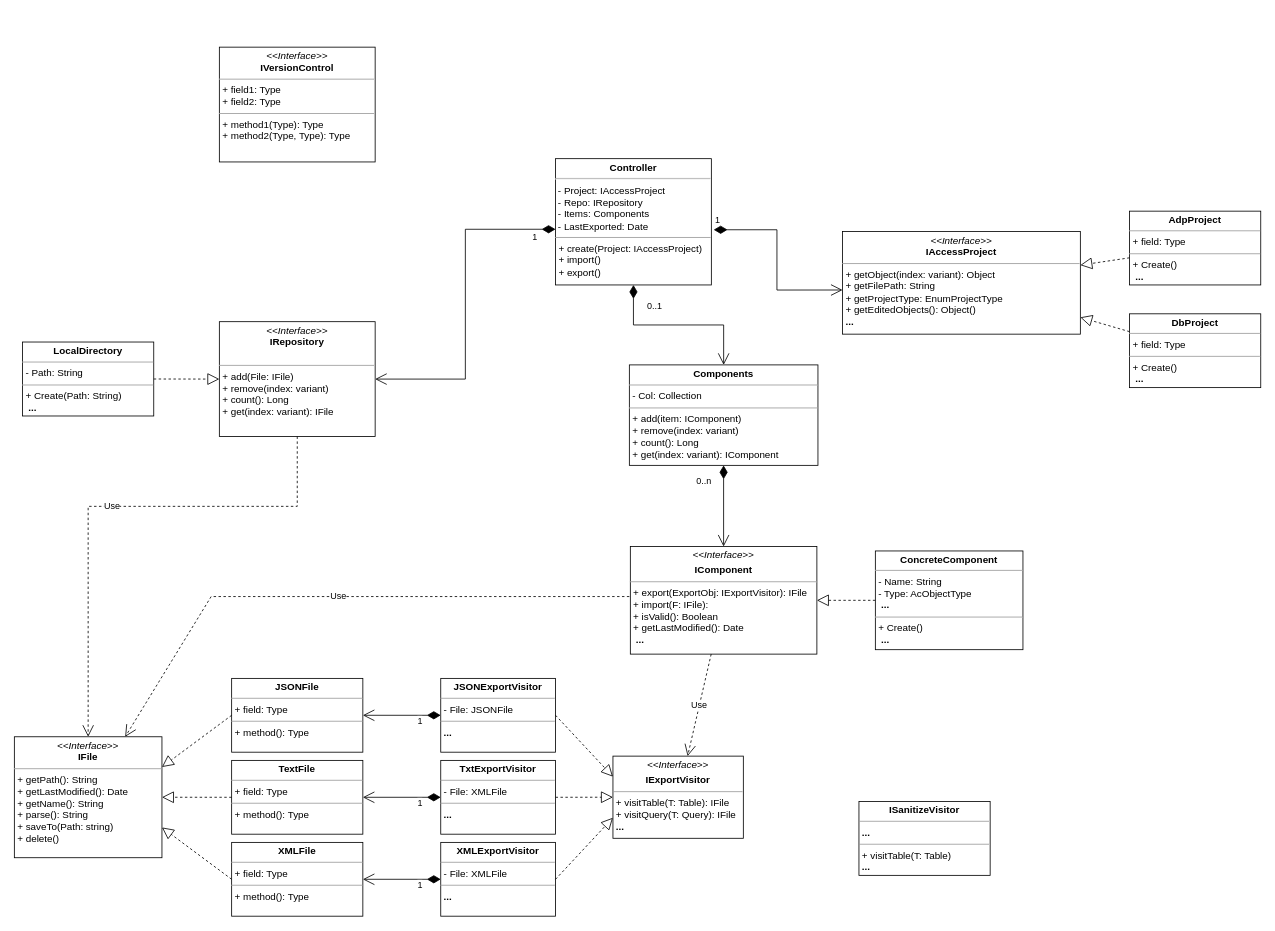
Earlier version of the draw.io diagram Class Diagram.drawio (Whiskeyless/msaccess-vcs-integration). Source tidied: cells renumbered, new cells numbered last; positions are measured from the earlier drawing's top-left corner, leaving out a move shared by most shapes. Both pictures are drawn from the tidied source at 82%, with x=0, y=0 at pixel (14, 47).
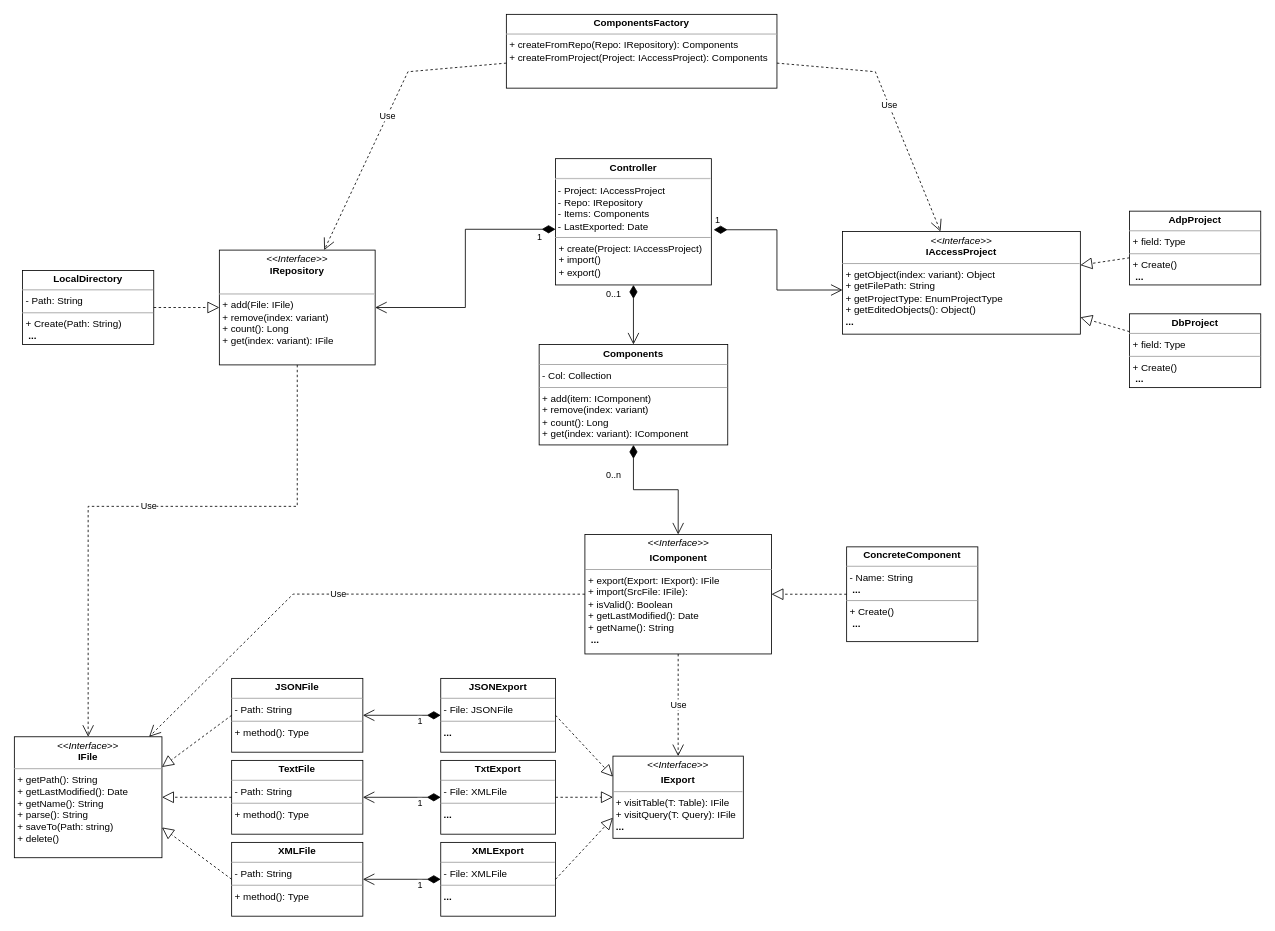
The same diagram, later.

The change refers to these unchanged cells:
```xml
<mxCell id="2" value="&lt;p style=&quot;margin:0px;margin-top:4px;text-align:center;&quot;&gt;&lt;i&gt;&amp;lt;&amp;lt;Interface&amp;gt;&amp;gt;&lt;b&gt;&lt;br&gt;&lt;/b&gt;&lt;/i&gt;&lt;b&gt;IAccessProject&lt;/b&gt;&lt;/p&gt;&lt;hr size=&quot;1&quot;&gt;&lt;p style=&quot;margin:0px;margin-left:4px;&quot;&gt;+ getObject(index: variant): Object&lt;/p&gt;&lt;p style=&quot;margin:0px;margin-left:4px;&quot;&gt;+ getFilePath: String&lt;/p&gt;&lt;p style=&quot;margin:0px;margin-left:4px;&quot;&gt;+ getProjectType: EnumProjectType&lt;/p&gt;&lt;p style=&quot;margin:0px;margin-left:4px;&quot;&gt;+ getEditedObjects(): Object()&lt;/p&gt;&lt;p style=&quot;margin:0px;margin-left:4px;&quot;&gt;&lt;b&gt;...&lt;/b&gt;&lt;/p&gt;" style="verticalAlign=top;align=left;overflow=fill;fontSize=12;fontFamily=Helvetica;html=1;" parent="1" vertex="1">
  <mxGeometry x="1010" y="224.8" width="290" height="125.2" as="geometry" />
</mxCell>
<mxCell id="3" value="&lt;p style=&quot;margin:0px;margin-top:4px;text-align:center;&quot;&gt;&lt;b&gt;Controller&lt;/b&gt;&lt;/p&gt;&lt;hr&gt;&amp;nbsp;- Project: IAccessProject&lt;br&gt;&amp;nbsp;- Repo: IRepository&lt;br&gt;&amp;nbsp;- Items: Components&lt;br&gt;&amp;nbsp;- LastExported: Date&lt;br&gt;&lt;hr size=&quot;1&quot;&gt;&lt;p style=&quot;margin:0px;margin-left:4px;&quot;&gt;+ create(Project: IAccessProject)&lt;/p&gt;&lt;p style=&quot;margin:0px;margin-left:4px;&quot;&gt;+ import()&lt;/p&gt;&lt;p style=&quot;margin:0px;margin-left:4px;&quot;&gt;+ export()&lt;/p&gt;" style="verticalAlign=top;align=left;overflow=fill;fontSize=12;fontFamily=Helvetica;html=1;" parent="1" vertex="1">
  <mxGeometry x="660" y="136" width="190" height="154" as="geometry" />
</mxCell>
<mxCell id="16" value="&lt;p style=&quot;margin:0px;margin-top:4px;text-align:center;&quot;&gt;&lt;i&gt;&amp;lt;&amp;lt;Interface&amp;gt;&amp;gt;&lt;/i&gt;&lt;br&gt;&lt;b&gt;IFile&lt;/b&gt;&lt;/p&gt;&lt;hr size=&quot;1&quot;&gt;&lt;p style=&quot;margin:0px;margin-left:4px;&quot;&gt;+ getPath(): String&lt;/p&gt;&lt;p style=&quot;margin:0px;margin-left:4px;&quot;&gt;+ getLastModified(): Date&lt;/p&gt;&lt;p style=&quot;margin:0px;margin-left:4px;&quot;&gt;+ getName(): String&lt;/p&gt;&lt;p style=&quot;margin:0px;margin-left:4px;&quot;&gt;&lt;span style=&quot;background-color: initial;&quot;&gt;+ parse(): String&lt;/span&gt;&lt;/p&gt;&lt;p style=&quot;margin:0px;margin-left:4px;&quot;&gt;+ saveTo(Path: string)&lt;/p&gt;&lt;p style=&quot;margin:0px;margin-left:4px;&quot;&gt;+ delete()&lt;/p&gt;" style="verticalAlign=top;align=left;overflow=fill;fontSize=12;fontFamily=Helvetica;html=1;" parent="1" vertex="1">
  <mxGeometry y="841" width="180" height="147.5" as="geometry" />
</mxCell>
```

Change to the diagram source:
```diff
@@
-    <mxCell id="7" value="&lt;p style=&quot;margin:0px;margin-top:4px;text-align:center;&quot;&gt;&lt;b&gt;ConcreteComponent&lt;/b&gt;&lt;/p&gt;&lt;hr size=&quot;1&quot;&gt;&lt;p style=&quot;margin:0px;margin-left:4px;&quot;&gt;- Name: String&lt;/p&gt;&lt;p style=&quot;margin:0px;margin-left:4px;&quot;&gt;- Type: AcObjectType&lt;/p&gt;&lt;p style=&quot;margin:0px;margin-left:4px;&quot;&gt;&amp;nbsp;&lt;b&gt;...&lt;/b&gt;&lt;/p&gt;&lt;hr size=&quot;1&quot;&gt;&lt;p style=&quot;margin:0px;margin-left:4px;&quot;&gt;+ Create()&lt;/p&gt;&lt;p style=&quot;margin:0px;margin-left:4px;&quot;&gt;&amp;nbsp;&lt;b&gt;...&lt;/b&gt;&lt;/p&gt;" style="verticalAlign=top;align=left;overflow=fill;fontSize=12;fontFamily=Helvetica;html=1;" parent="1" vertex="1">
-      <mxGeometry x="1050" y="614.4" width="180" height="120.4" as="geometry" />
+    <mxCell id="7" value="&lt;p style=&quot;margin:0px;margin-top:4px;text-align:center;&quot;&gt;&lt;b&gt;ConcreteComponent&lt;/b&gt;&lt;/p&gt;&lt;hr size=&quot;1&quot;&gt;&lt;p style=&quot;margin:0px;margin-left:4px;&quot;&gt;- Name: String&lt;/p&gt;&lt;p style=&quot;margin:0px;margin-left:4px;&quot;&gt;&lt;span style=&quot;background-color: initial;&quot;&gt;&amp;nbsp;&lt;/span&gt;&lt;b style=&quot;background-color: initial;&quot;&gt;...&lt;/b&gt;&lt;br&gt;&lt;/p&gt;&lt;hr size=&quot;1&quot;&gt;&lt;p style=&quot;margin:0px;margin-left:4px;&quot;&gt;+ Create()&lt;/p&gt;&lt;p style=&quot;margin:0px;margin-left:4px;&quot;&gt;&amp;nbsp;&lt;b&gt;...&lt;/b&gt;&lt;/p&gt;" style="verticalAlign=top;align=left;overflow=fill;fontSize=12;fontFamily=Helvetica;html=1;" parent="1" vertex="1">
+      <mxGeometry x="1015" y="609.4" width="160" height="115.6" as="geometry" />
     </mxCell>
-    <mxCell id="8" value="&lt;p style=&quot;margin:0px;margin-top:4px;text-align:center;&quot;&gt;&lt;i&gt;&amp;lt;&amp;lt;Interface&amp;gt;&amp;gt;&lt;/i&gt;&lt;br&gt;&lt;/p&gt;&lt;p style=&quot;margin:0px;margin-top:4px;text-align:center;&quot;&gt;&lt;b&gt;IComponent&lt;/b&gt;&lt;/p&gt;&lt;hr size=&quot;1&quot;&gt;&lt;p style=&quot;margin: 0px 0px 0px 4px;&quot;&gt;+ export(ExportObj: IExportVisitor): IFile&lt;/p&gt;&lt;p style=&quot;margin: 0px 0px 0px 4px;&quot;&gt;+ import(F: IFile):&lt;/p&gt;&lt;p style=&quot;margin: 0px 0px 0px 4px;&quot;&gt;+ isValid(): Boolean&lt;/p&gt;&lt;p style=&quot;margin: 0px 0px 0px 4px;&quot;&gt;+ getLastModified(): Date&lt;/p&gt;&lt;p style=&quot;margin: 0px 0px 0px 4px;&quot;&gt;&lt;b&gt;&amp;nbsp;...&lt;/b&gt;&lt;/p&gt;&lt;p style=&quot;margin:0px;margin-left:4px;&quot;&gt;&lt;br&gt;&lt;/p&gt;" style="verticalAlign=top;align=left;overflow=fill;fontSize=12;fontFamily=Helvetica;html=1;" parent="1" vertex="1">
-      <mxGeometry x="751.2" y="609" width="227.5" height="131.2" as="geometry" />
+    <mxCell id="8" value="&lt;p style=&quot;margin:0px;margin-top:4px;text-align:center;&quot;&gt;&lt;i&gt;&amp;lt;&amp;lt;Interface&amp;gt;&amp;gt;&lt;/i&gt;&lt;br&gt;&lt;/p&gt;&lt;p style=&quot;margin:0px;margin-top:4px;text-align:center;&quot;&gt;&lt;b&gt;IComponent&lt;/b&gt;&lt;/p&gt;&lt;hr size=&quot;1&quot;&gt;&lt;p style=&quot;margin: 0px 0px 0px 4px;&quot;&gt;+ export(Export: IExport): IFile&lt;/p&gt;&lt;p style=&quot;margin: 0px 0px 0px 4px;&quot;&gt;+ import(SrcFile: IFile):&lt;/p&gt;&lt;p style=&quot;margin: 0px 0px 0px 4px;&quot;&gt;+ isValid(): Boolean&lt;/p&gt;&lt;p style=&quot;margin: 0px 0px 0px 4px;&quot;&gt;+ getLastModified(): Date&lt;/p&gt;&lt;p style=&quot;margin: 0px 0px 0px 4px;&quot;&gt;+ getName(): String&lt;/p&gt;&lt;p style=&quot;margin: 0px 0px 0px 4px;&quot;&gt;&lt;b&gt;&amp;nbsp;...&lt;/b&gt;&lt;/p&gt;&lt;p style=&quot;margin:0px;margin-left:4px;&quot;&gt;&lt;br&gt;&lt;/p&gt;" style="verticalAlign=top;align=left;overflow=fill;fontSize=12;fontFamily=Helvetica;html=1;" parent="1" vertex="1">
+      <mxGeometry x="695.8" y="594.3" width="227.5" height="145.7" as="geometry" />
     </mxCell>
@@
-    <mxCell id="10" value="&lt;p style=&quot;margin:0px;margin-top:4px;text-align:center;&quot;&gt;&lt;i&gt;&amp;lt;&amp;lt;Interface&amp;gt;&amp;gt;&lt;/i&gt;&lt;br&gt;&lt;/p&gt;&lt;p style=&quot;margin:0px;margin-top:4px;text-align:center;&quot;&gt;&lt;b&gt;IExportVisitor&lt;/b&gt;&lt;/p&gt;&lt;hr size=&quot;1&quot;&gt;&lt;p style=&quot;margin:0px;margin-left:4px;&quot;&gt;+ visitTable(T: Table): IFile&lt;br&gt;+ visitQuery(T: Query): IFile&lt;/p&gt;&lt;p style=&quot;margin:0px;margin-left:4px;&quot;&gt;&lt;b style=&quot;background-color: initial;&quot;&gt;...&lt;/b&gt;&lt;br&gt;&lt;/p&gt;" style="verticalAlign=top;align=left;overflow=fill;fontSize=12;fontFamily=Helvetica;html=1;" parent="1" vertex="1">
+    <mxCell id="10" value="&lt;p style=&quot;margin:0px;margin-top:4px;text-align:center;&quot;&gt;&lt;i&gt;&amp;lt;&amp;lt;Interface&amp;gt;&amp;gt;&lt;/i&gt;&lt;br&gt;&lt;/p&gt;&lt;p style=&quot;margin:0px;margin-top:4px;text-align:center;&quot;&gt;&lt;b&gt;IExport&lt;/b&gt;&lt;/p&gt;&lt;hr size=&quot;1&quot;&gt;&lt;p style=&quot;margin:0px;margin-left:4px;&quot;&gt;+ visitTable(T: Table): IFile&lt;br&gt;+ visitQuery(T: Query): IFile&lt;/p&gt;&lt;p style=&quot;margin:0px;margin-left:4px;&quot;&gt;&lt;b style=&quot;background-color: initial;&quot;&gt;...&lt;/b&gt;&lt;br&gt;&lt;/p&gt;" style="verticalAlign=top;align=left;overflow=fill;fontSize=12;fontFamily=Helvetica;html=1;" parent="1" vertex="1">
       <mxGeometry x="730" y="864.6" width="159" height="100.2" as="geometry" />
     </mxCell>
-    <mxCell id="11" value="&lt;p style=&quot;margin:0px;margin-top:4px;text-align:center;&quot;&gt;&lt;b&gt;XMLExportVisitor&lt;/b&gt;&lt;/p&gt;&lt;hr size=&quot;1&quot;&gt;&lt;p style=&quot;margin:0px;margin-left:4px;&quot;&gt;- File: XMLFile&lt;/p&gt;&lt;hr size=&quot;1&quot;&gt;&lt;p style=&quot;margin: 0px 0px 0px 4px;&quot;&gt;&lt;b&gt;...&lt;/b&gt;&lt;/p&gt;" style="verticalAlign=top;align=left;overflow=fill;fontSize=12;fontFamily=Helvetica;html=1;" parent="1" vertex="1">
+    <mxCell id="11" value="&lt;p style=&quot;margin:0px;margin-top:4px;text-align:center;&quot;&gt;&lt;b&gt;XMLExport&lt;/b&gt;&lt;/p&gt;&lt;hr size=&quot;1&quot;&gt;&lt;p style=&quot;margin:0px;margin-left:4px;&quot;&gt;- File: XMLFile&lt;/p&gt;&lt;hr size=&quot;1&quot;&gt;&lt;p style=&quot;margin: 0px 0px 0px 4px;&quot;&gt;&lt;b&gt;...&lt;/b&gt;&lt;/p&gt;" style="verticalAlign=top;align=left;overflow=fill;fontSize=12;fontFamily=Helvetica;html=1;" parent="1" vertex="1">
       <mxGeometry x="520" y="969.8" width="140" height="90" as="geometry" />
     </mxCell>
-    <mxCell id="12" value="&lt;p style=&quot;margin:0px;margin-top:4px;text-align:center;&quot;&gt;&lt;b&gt;JSONExportVisitor&lt;/b&gt;&lt;/p&gt;&lt;hr size=&quot;1&quot;&gt;&lt;p style=&quot;margin:0px;margin-left:4px;&quot;&gt;- File: JSONFile&lt;/p&gt;&lt;hr size=&quot;1&quot;&gt;&lt;p style=&quot;margin:0px;margin-left:4px;&quot;&gt;&lt;b style=&quot;background-color: initial;&quot;&gt;...&lt;/b&gt;&lt;br&gt;&lt;/p&gt;" style="verticalAlign=top;align=left;overflow=fill;fontSize=12;fontFamily=Helvetica;html=1;" parent="1" vertex="1">
+    <mxCell id="12" value="&lt;p style=&quot;margin:0px;margin-top:4px;text-align:center;&quot;&gt;&lt;b&gt;JSONExport&lt;/b&gt;&lt;/p&gt;&lt;hr size=&quot;1&quot;&gt;&lt;p style=&quot;margin:0px;margin-left:4px;&quot;&gt;- File: JSONFile&lt;/p&gt;&lt;hr size=&quot;1&quot;&gt;&lt;p style=&quot;margin:0px;margin-left:4px;&quot;&gt;&lt;b style=&quot;background-color: initial;&quot;&gt;...&lt;/b&gt;&lt;br&gt;&lt;/p&gt;" style="verticalAlign=top;align=left;overflow=fill;fontSize=12;fontFamily=Helvetica;html=1;" parent="1" vertex="1">
       <mxGeometry x="520" y="769.8" width="140" height="90" as="geometry" />
     </mxCell>
@@
-    <mxCell id="15" value="&lt;p style=&quot;margin:0px;margin-top:4px;text-align:center;&quot;&gt;&lt;b&gt;ISanitizeVisitor&lt;/b&gt;&lt;/p&gt;&lt;hr size=&quot;1&quot;&gt;&lt;p style=&quot;margin:0px;margin-left:4px;&quot;&gt;&lt;b&gt;...&lt;/b&gt;&lt;/p&gt;&lt;hr size=&quot;1&quot;&gt;&lt;p style=&quot;margin: 0px 0px 0px 4px;&quot;&gt;+ visitTable(T: Table)&lt;/p&gt;&lt;p style=&quot;margin: 0px 0px 0px 4px;&quot;&gt;&lt;b&gt;...&lt;/b&gt;&lt;/p&gt;" style="verticalAlign=top;align=left;overflow=fill;fontSize=12;fontFamily=Helvetica;html=1;" parent="1" vertex="1">
-      <mxGeometry x="1030" y="920" width="160" height="90" as="geometry" />
-    </mxCell>
@@
-    <mxCell id="17" value="&lt;p style=&quot;margin:0px;margin-top:4px;text-align:center;&quot;&gt;&lt;b&gt;JSONFile&lt;/b&gt;&lt;/p&gt;&lt;hr size=&quot;1&quot;&gt;&lt;p style=&quot;margin:0px;margin-left:4px;&quot;&gt;+ field: Type&lt;/p&gt;&lt;hr size=&quot;1&quot;&gt;&lt;p style=&quot;margin:0px;margin-left:4px;&quot;&gt;+ method(): Type&lt;/p&gt;" style="verticalAlign=top;align=left;overflow=fill;fontSize=12;fontFamily=Helvetica;html=1;" parent="1" vertex="1">
+    <mxCell id="17" value="&lt;p style=&quot;margin:0px;margin-top:4px;text-align:center;&quot;&gt;&lt;b&gt;JSONFile&lt;/b&gt;&lt;/p&gt;&lt;hr size=&quot;1&quot;&gt;&lt;p style=&quot;margin:0px;margin-left:4px;&quot;&gt;- Path: String&lt;/p&gt;&lt;hr size=&quot;1&quot;&gt;&lt;p style=&quot;margin:0px;margin-left:4px;&quot;&gt;+ method(): Type&lt;/p&gt;" style="verticalAlign=top;align=left;overflow=fill;fontSize=12;fontFamily=Helvetica;html=1;" parent="1" vertex="1">
       <mxGeometry x="265" y="769.8" width="160" height="90" as="geometry" />
     </mxCell>
-    <mxCell id="18" value="&lt;p style=&quot;margin:0px;margin-top:4px;text-align:center;&quot;&gt;&lt;b&gt;XMLFile&lt;/b&gt;&lt;/p&gt;&lt;hr size=&quot;1&quot;&gt;&lt;p style=&quot;margin:0px;margin-left:4px;&quot;&gt;+ field: Type&lt;/p&gt;&lt;hr size=&quot;1&quot;&gt;&lt;p style=&quot;margin:0px;margin-left:4px;&quot;&gt;+ method(): Type&lt;/p&gt;" style="verticalAlign=top;align=left;overflow=fill;fontSize=12;fontFamily=Helvetica;html=1;" parent="1" vertex="1">
+    <mxCell id="18" value="&lt;p style=&quot;margin:0px;margin-top:4px;text-align:center;&quot;&gt;&lt;b&gt;XMLFile&lt;/b&gt;&lt;/p&gt;&lt;hr size=&quot;1&quot;&gt;&lt;p style=&quot;margin:0px;margin-left:4px;&quot;&gt;- Path: String&lt;/p&gt;&lt;hr size=&quot;1&quot;&gt;&lt;p style=&quot;margin:0px;margin-left:4px;&quot;&gt;+ method(): Type&lt;/p&gt;" style="verticalAlign=top;align=left;overflow=fill;fontSize=12;fontFamily=Helvetica;html=1;" parent="1" vertex="1">
       <mxGeometry x="265" y="969.8" width="160" height="90" as="geometry" />
     </mxCell>
-    <mxCell id="19" value="&lt;p style=&quot;margin:0px;margin-top:4px;text-align:center;&quot;&gt;&lt;b&gt;TextFile&lt;/b&gt;&lt;/p&gt;&lt;hr size=&quot;1&quot;&gt;&lt;p style=&quot;margin:0px;margin-left:4px;&quot;&gt;+ field: Type&lt;/p&gt;&lt;hr size=&quot;1&quot;&gt;&lt;p style=&quot;margin:0px;margin-left:4px;&quot;&gt;+ method(): Type&lt;/p&gt;" style="verticalAlign=top;align=left;overflow=fill;fontSize=12;fontFamily=Helvetica;html=1;" parent="1" vertex="1">
+    <mxCell id="19" value="&lt;p style=&quot;margin:0px;margin-top:4px;text-align:center;&quot;&gt;&lt;b&gt;TextFile&lt;/b&gt;&lt;/p&gt;&lt;hr size=&quot;1&quot;&gt;&lt;p style=&quot;margin:0px;margin-left:4px;&quot;&gt;- Path: String&lt;/p&gt;&lt;hr size=&quot;1&quot;&gt;&lt;p style=&quot;margin:0px;margin-left:4px;&quot;&gt;+ method(): Type&lt;/p&gt;" style="verticalAlign=top;align=left;overflow=fill;fontSize=12;fontFamily=Helvetica;html=1;" parent="1" vertex="1">
       <mxGeometry x="265" y="869.8" width="160" height="90" as="geometry" />
     </mxCell>
@@
     <mxCell id="27" value="&lt;p style=&quot;margin:0px;margin-top:4px;text-align:center;&quot;&gt;&lt;i&gt;&amp;lt;&amp;lt;Interface&amp;gt;&amp;gt;&lt;/i&gt;&lt;br&gt;&lt;b&gt;IRepository&lt;/b&gt;&lt;/p&gt;&lt;br&gt;&lt;hr size=&quot;1&quot;&gt;&lt;p style=&quot;margin:0px;margin-left:4px;&quot;&gt;+ add(File: IFile)&lt;br&gt;+ remove(index: variant)&lt;/p&gt;&lt;p style=&quot;margin:0px;margin-left:4px;&quot;&gt;+ count(): Long&lt;/p&gt;&lt;p style=&quot;margin:0px;margin-left:4px;&quot;&gt;+ get(index: variant): IFile&lt;/p&gt;" style="verticalAlign=top;align=left;overflow=fill;fontSize=12;fontFamily=Helvetica;html=1;" parent="1" vertex="1">
-      <mxGeometry x="250" y="334.8" width="190" height="140" as="geometry" />
+      <mxGeometry x="250" y="247.5" width="190" height="140" as="geometry" />
     </mxCell>
-    <mxCell id="28" value="&lt;p style=&quot;margin:0px;margin-top:4px;text-align:center;&quot;&gt;&lt;i&gt;&amp;lt;&amp;lt;Interface&amp;gt;&amp;gt;&lt;/i&gt;&lt;br&gt;&lt;b&gt;IVersionControl&lt;/b&gt;&lt;/p&gt;&lt;hr size=&quot;1&quot;&gt;&lt;p style=&quot;margin:0px;margin-left:4px;&quot;&gt;+ field1: Type&lt;br&gt;+ field2: Type&lt;/p&gt;&lt;hr size=&quot;1&quot;&gt;&lt;p style=&quot;margin:0px;margin-left:4px;&quot;&gt;+ method1(Type): Type&lt;br&gt;+ method2(Type, Type): Type&lt;/p&gt;" style="verticalAlign=top;align=left;overflow=fill;fontSize=12;fontFamily=Helvetica;html=1;" parent="1" vertex="1">
-      <mxGeometry x="250" width="190" height="140" as="geometry" />
-    </mxCell>
     <mxCell id="29" value="&lt;p style=&quot;margin:0px;margin-top:4px;text-align:center;&quot;&gt;&lt;b&gt;LocalDirectory&lt;/b&gt;&lt;/p&gt;&lt;hr size=&quot;1&quot;&gt;&lt;p style=&quot;margin:0px;margin-left:4px;&quot;&gt;- Path: String&lt;/p&gt;&lt;hr size=&quot;1&quot;&gt;&lt;p style=&quot;margin:0px;margin-left:4px;&quot;&gt;+ Create(Path: String)&lt;/p&gt;&lt;p style=&quot;margin:0px;margin-left:4px;&quot;&gt;&amp;nbsp;&lt;b&gt;...&lt;/b&gt;&lt;/p&gt;" style="verticalAlign=top;align=left;overflow=fill;fontSize=12;fontFamily=Helvetica;html=1;" parent="1" vertex="1">
-      <mxGeometry x="10" y="359.6" width="160" height="90.2" as="geometry" />
+      <mxGeometry x="10" y="272.4" width="160" height="90.2" as="geometry" />
     </mxCell>
@@
-    <mxCell id="33" value="&lt;p style=&quot;margin:0px;margin-top:4px;text-align:center;&quot;&gt;&lt;b&gt;TxtExportVisitor&lt;/b&gt;&lt;/p&gt;&lt;hr size=&quot;1&quot;&gt;&lt;p style=&quot;margin:0px;margin-left:4px;&quot;&gt;- File: XMLFile&lt;/p&gt;&lt;hr size=&quot;1&quot;&gt;&lt;p style=&quot;margin: 0px 0px 0px 4px;&quot;&gt;&lt;b style=&quot;background-color: initial;&quot;&gt;...&lt;/b&gt;&lt;br&gt;&lt;/p&gt;" style="verticalAlign=top;align=left;overflow=fill;fontSize=12;fontFamily=Helvetica;html=1;" parent="1" vertex="1">
+    <mxCell id="33" value="&lt;p style=&quot;margin:0px;margin-top:4px;text-align:center;&quot;&gt;&lt;b&gt;TxtExport&lt;/b&gt;&lt;/p&gt;&lt;hr size=&quot;1&quot;&gt;&lt;p style=&quot;margin:0px;margin-left:4px;&quot;&gt;- File: XMLFile&lt;/p&gt;&lt;hr size=&quot;1&quot;&gt;&lt;p style=&quot;margin: 0px 0px 0px 4px;&quot;&gt;&lt;b style=&quot;background-color: initial;&quot;&gt;...&lt;/b&gt;&lt;br&gt;&lt;/p&gt;" style="verticalAlign=top;align=left;overflow=fill;fontSize=12;fontFamily=Helvetica;html=1;" parent="1" vertex="1">
       <mxGeometry x="520" y="869.8" width="140" height="90" as="geometry" />
     </mxCell>
@@
     <mxCell id="38" value="&lt;p style=&quot;margin:0px;margin-top:4px;text-align:center;&quot;&gt;&lt;b&gt;Components&lt;/b&gt;&lt;/p&gt;&lt;hr size=&quot;1&quot;&gt;&lt;p style=&quot;margin:0px;margin-left:4px;&quot;&gt;- Col: Collection&lt;/p&gt;&lt;hr size=&quot;1&quot;&gt;&lt;p style=&quot;margin:0px;margin-left:4px;&quot;&gt;+ add(item: IComponent)&lt;/p&gt;&lt;p style=&quot;margin:0px;margin-left:4px;&quot;&gt;+ remove(index: variant)&lt;/p&gt;&lt;p style=&quot;margin:0px;margin-left:4px;&quot;&gt;+ count(): Long&lt;/p&gt;&lt;p style=&quot;margin:0px;margin-left:4px;&quot;&gt;+ get(index: variant): IComponent&lt;/p&gt;" style="verticalAlign=top;align=left;overflow=fill;fontSize=12;fontFamily=Helvetica;html=1;" parent="1" vertex="1">
-      <mxGeometry x="750" y="387.5" width="230" height="122.5" as="geometry" />
+      <mxGeometry x="640" y="362.6" width="230" height="122.5" as="geometry" />
     </mxCell>
-    <mxCell id="39" value="Use" style="endArrow=open;endSize=12;dashed=1;html=1;rounded=0;" parent="1" edge="1" target="16">
-      <mxGeometry relative="1" as="geometry">
-        <mxPoint x="750" y="670" as="sourcePoint" />
-        <Array as="points">
-          <mxPoint x="240" y="670" />
-        </Array>
-      </mxGeometry>
-    </mxCell>
     <mxCell id="40" value="0..1" style="endArrow=open;html=1;endSize=12;startArrow=diamondThin;startSize=14;startFill=1;edgeStyle=orthogonalEdgeStyle;align=left;verticalAlign=bottom;rounded=0;" parent="1" edge="1" source="3" target="38">
-      <mxGeometry x="-0.66" y="15" relative="1" as="geometry" />
+      <mxGeometry x="-0.45" y="-35" relative="1" as="geometry" />
     </mxCell>
+    <mxCell id="41" value="&lt;p style=&quot;margin:0px;margin-top:4px;text-align:center;&quot;&gt;&lt;b&gt;ComponentsFactory&lt;/b&gt;&lt;/p&gt;&lt;hr size=&quot;1&quot;&gt;&lt;p style=&quot;margin:0px;margin-left:4px;&quot;&gt;+ createFromRepo(Repo: IRepository): Components&lt;/p&gt;&lt;p style=&quot;margin:0px;margin-left:4px;&quot;&gt;+ createFromProject(Project: IAccessProject): Components&lt;/p&gt;" style="verticalAlign=top;align=left;overflow=fill;fontSize=12;fontFamily=Helvetica;html=1;" parent="1" vertex="1">
+      <mxGeometry x="600" y="-40" width="330" height="90" as="geometry" />
+    </mxCell>
+    <mxCell id="42" value="Use" style="endArrow=open;endSize=12;dashed=1;html=1;rounded=0;" parent="1" edge="1" source="41" target="27">
+      <mxGeometry relative="1" as="geometry">
+        <Array as="points">
+          <mxPoint x="480" y="30" />
+        </Array>
+      </mxGeometry>
+    </mxCell>
+    <mxCell id="43" value="Use" style="endArrow=open;endSize=12;dashed=1;html=1;rounded=0;" parent="1" edge="1" source="41" target="2">
+      <mxGeometry relative="1" as="geometry">
+        <Array as="points">
+          <mxPoint x="1050" y="30" />
+        </Array>
+      </mxGeometry>
+    </mxCell>
+    <mxCell id="44" value="Use" style="endArrow=open;endSize=12;dashed=1;html=1;rounded=0;" parent="1" edge="1" source="8" target="16">
+      <mxGeometry relative="1" as="geometry">
+        <Array as="points">
+          <mxPoint x="340" y="667" />
+        </Array>
+      </mxGeometry>
+    </mxCell>
```
